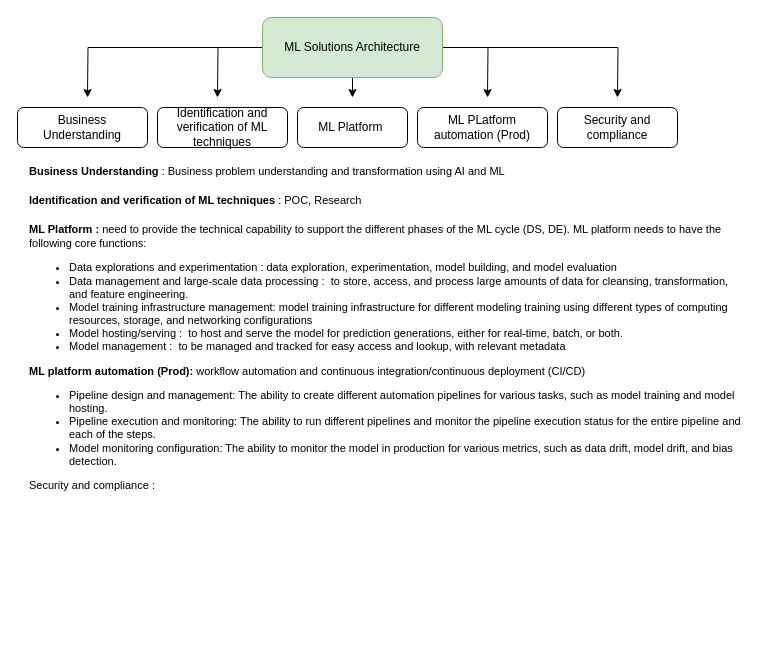
yannistannier/mlops keeps this draw.io diagram as mlops.drawio. Above is the earlier version. Source tidied: cells renumbered, new cells numbered last; positions are measured from the earlier drawing's top-left corner, leaving out a move shared by most shapes. Both pictures are drawn from the tidied source at 100%, with x=0, y=0 at pixel (17, 17).
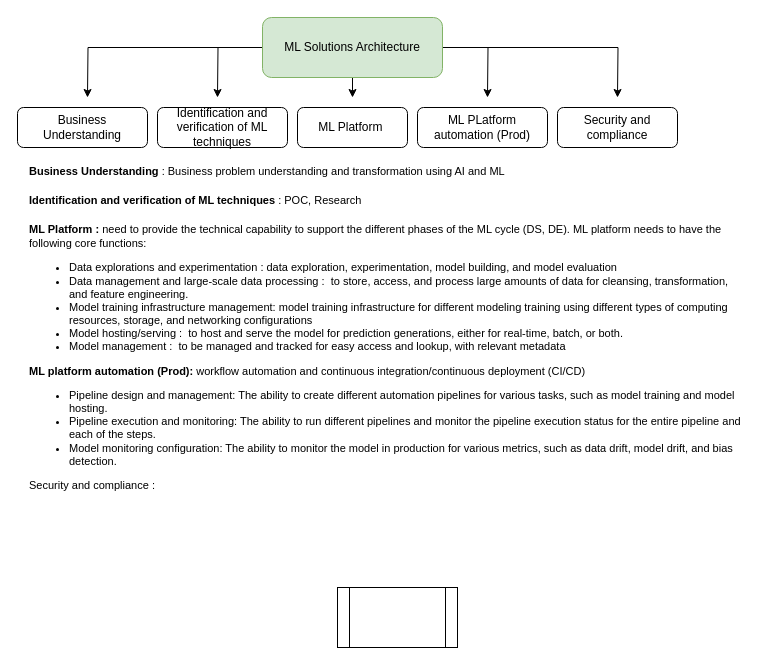
The same diagram, later.

Commit message (it also covers changes not shown here):
Mettre à jour mlops.drawio

Change to the diagram source:
```diff
@@
 <mxGraphModel>
   <root>
     <mxCell id="0" />
     <mxCell id="1" parent="0" />
     <mxCell id="2" style="edgeStyle=orthogonalEdgeStyle;rounded=0;jettySize=auto;html=1;" parent="1" edge="1" source="7">
       <mxGeometry relative="1" as="geometry">
         <mxPoint x="200" y="80" as="targetPoint" />
       </mxGeometry>
     </mxCell>
     <mxCell id="3" style="edgeStyle=orthogonalEdgeStyle;rounded=0;jettySize=auto;html=1;" parent="1" edge="1" source="7">
       <mxGeometry relative="1" as="geometry">
         <mxPoint x="70" y="80" as="targetPoint" />
       </mxGeometry>
     </mxCell>
     <mxCell id="4" style="edgeStyle=orthogonalEdgeStyle;rounded=0;jettySize=auto;html=1;" parent="1" edge="1" source="7">
       <mxGeometry relative="1" as="geometry">
         <mxPoint x="335" y="80" as="targetPoint" />
       </mxGeometry>
     </mxCell>
     <mxCell id="5" style="edgeStyle=orthogonalEdgeStyle;rounded=0;jettySize=auto;html=1;" parent="1" edge="1" source="7">
       <mxGeometry relative="1" as="geometry">
         <mxPoint x="470" y="80" as="targetPoint" />
       </mxGeometry>
     </mxCell>
     <mxCell id="6" style="edgeStyle=orthogonalEdgeStyle;rounded=0;jettySize=auto;html=1;" parent="1" edge="1" source="7">
       <mxGeometry relative="1" as="geometry">
         <mxPoint x="600" y="80" as="targetPoint" />
       </mxGeometry>
     </mxCell>
     <mxCell id="7" value="ML Solutions Architecture" style="rounded=1;whiteSpace=wrap;html=1;fillColor=#d5e8d4;strokeColor=#82b366;" parent="1" vertex="1">
       <mxGeometry x="245" width="180" height="60" as="geometry" />
     </mxCell>
     <mxCell id="8" value="Business Understanding" style="rounded=1;whiteSpace=wrap;html=1;" parent="1" vertex="1">
       <mxGeometry y="90" width="130" height="40" as="geometry" />
     </mxCell>
     <mxCell id="9" value="&lt;div&gt;Identification and verification of ML techniques&lt;/div&gt;" style="rounded=1;whiteSpace=wrap;html=1;" parent="1" vertex="1">
       <mxGeometry x="140" y="90" width="130" height="40" as="geometry" />
     </mxCell>
     <mxCell id="10" value="ML Platform&amp;nbsp;" style="rounded=1;whiteSpace=wrap;html=1;" parent="1" vertex="1">
       <mxGeometry x="280" y="90" width="110" height="40" as="geometry" />
     </mxCell>
     <mxCell id="11" value="ML PLatform automation (Prod)" style="rounded=1;whiteSpace=wrap;html=1;" parent="1" vertex="1">
       <mxGeometry x="400" y="90" width="130" height="40" as="geometry" />
     </mxCell>
     <mxCell id="12" value="Security and compliance" style="rounded=1;whiteSpace=wrap;html=1;" parent="1" vertex="1">
       <mxGeometry x="540" y="90" width="120" height="40" as="geometry" />
     </mxCell>
     <mxCell id="13" value="&lt;font style=&quot;font-size: 11px;&quot;&gt;&lt;b style=&quot;&quot;&gt;Business Understanding&lt;/b&gt; : Business problem understanding and transformation using AI and ML&lt;br&gt;&lt;br&gt;&lt;b style=&quot;&quot;&gt;Identification and verification of ML techniques&lt;/b&gt; : POC, Research&lt;br&gt;&lt;br&gt;&lt;b style=&quot;&quot;&gt;ML Platform :&amp;nbsp;&lt;/b&gt;need to provide the technical capability to support the different phases of the ML cycle (DS, DE). ML platform needs to have the following core functions:&lt;br&gt;&lt;/font&gt;&lt;ul style=&quot;font-size: 11px;&quot;&gt;&lt;li&gt;&lt;span style=&quot;background-color: initial;&quot;&gt;&lt;font style=&quot;font-size: 11px;&quot;&gt;Data explorations and experimentation :&amp;nbsp;data exploration, experimentation, model building, and model evaluation&lt;/font&gt;&lt;/span&gt;&lt;/li&gt;&lt;li&gt;&lt;span style=&quot;background-color: initial;&quot;&gt;&lt;font style=&quot;font-size: 11px;&quot;&gt;Data management and large-scale data processing :&amp;nbsp;&amp;nbsp;to store, access, and process large amounts of data for cleansing, transformation, and feature engineering.&lt;/font&gt;&lt;/span&gt;&lt;/li&gt;&lt;li&gt;&lt;span style=&quot;background-color: initial;&quot;&gt;&lt;font style=&quot;font-size: 11px;&quot;&gt;Model training infrastructure management:&amp;nbsp;model training infrastructure for different modeling training using different types of computing resources, storage, and networking configurations&lt;/font&gt;&lt;/span&gt;&lt;/li&gt;&lt;li&gt;&lt;span style=&quot;background-color: initial;&quot;&gt;&lt;font style=&quot;font-size: 11px;&quot;&gt;Model hosting/serving :&amp;nbsp;&amp;nbsp;to host and serve the model for prediction generations, either for real-time, batch, or both.&lt;/font&gt;&lt;/span&gt;&lt;/li&gt;&lt;li&gt;&lt;span style=&quot;background-color: initial;&quot;&gt;&lt;font style=&quot;font-size: 11px;&quot;&gt;Model management :&amp;nbsp;&amp;nbsp;to be managed and tracked for easy access and lookup, with relevant metadata&lt;/font&gt;&lt;/span&gt;&lt;/li&gt;&lt;/ul&gt;&lt;div style=&quot;font-size: 11px;&quot;&gt;&lt;font style=&quot;font-size: 11px;&quot;&gt;&lt;b&gt;ML platform automation (Prod):&lt;/b&gt;&amp;nbsp;workflow automation and continuous integration/continuous deployment (CI/CD)&lt;br&gt;&lt;/font&gt;&lt;/div&gt;&lt;div style=&quot;font-size: 11px;&quot;&gt;&lt;div style=&quot;&quot;&gt;&lt;ul style=&quot;&quot;&gt;&lt;li&gt;&lt;font style=&quot;font-size: 11px;&quot;&gt;Pipeline design and management: The ability to create different automation pipelines for various tasks, such as model training and model hosting.&lt;/font&gt;&lt;/li&gt;&lt;li&gt;&lt;font style=&quot;font-size: 11px;&quot;&gt;Pipeline execution and monitoring: The ability to run different pipelines and monitor the pipeline execution status for the entire pipeline and each of the steps.&lt;/font&gt;&lt;/li&gt;&lt;li&gt;&lt;font style=&quot;font-size: 11px;&quot;&gt;Model monitoring configuration: The ability to monitor the model in production for various metrics, such as data drift, model drift, and bias detection.&lt;/font&gt;&lt;/li&gt;&lt;/ul&gt;&lt;div style=&quot;&quot;&gt;&lt;font style=&quot;font-size: 11px;&quot;&gt;Security and compliance :&amp;nbsp;&lt;/font&gt;&lt;/div&gt;&lt;/div&gt;&lt;/div&gt;" style="text;html=1;strokeColor=none;fillColor=none;align=left;verticalAlign=top;whiteSpace=wrap;rounded=0;" parent="1" vertex="1">
       <mxGeometry x="10" y="140" width="720" height="350" as="geometry" />
     </mxCell>
+    <mxCell id="14" style="shape=process;whiteSpace=wrap;html=1;backgroundOutline=1;" parent="1" vertex="1">
+      <mxGeometry x="320" y="570" width="120" height="60" as="geometry" />
+    </mxCell>
   </root>
 </mxGraphModel>
```
